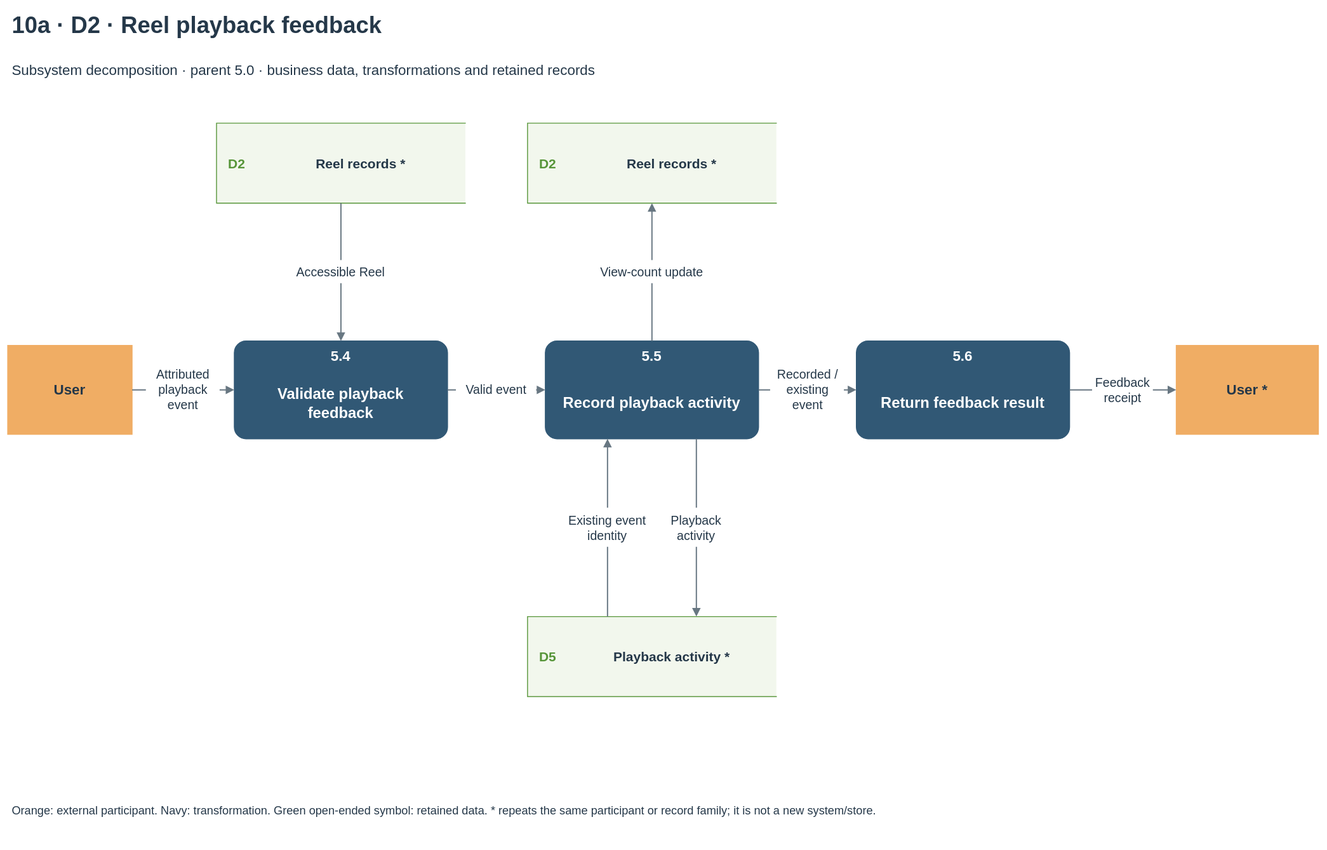
HieuCuteDangYeu/velora-backend keeps this draw.io diagram as docs/diagrams/velora-current/importable-svg/10a-dfd-feedback.drawio.svg. Above is the earlier version. Source tidied: cells renumbered, new cells last; positions are measured from the earlier drawing's top-left corner, leaving out a move shared by most shapes.
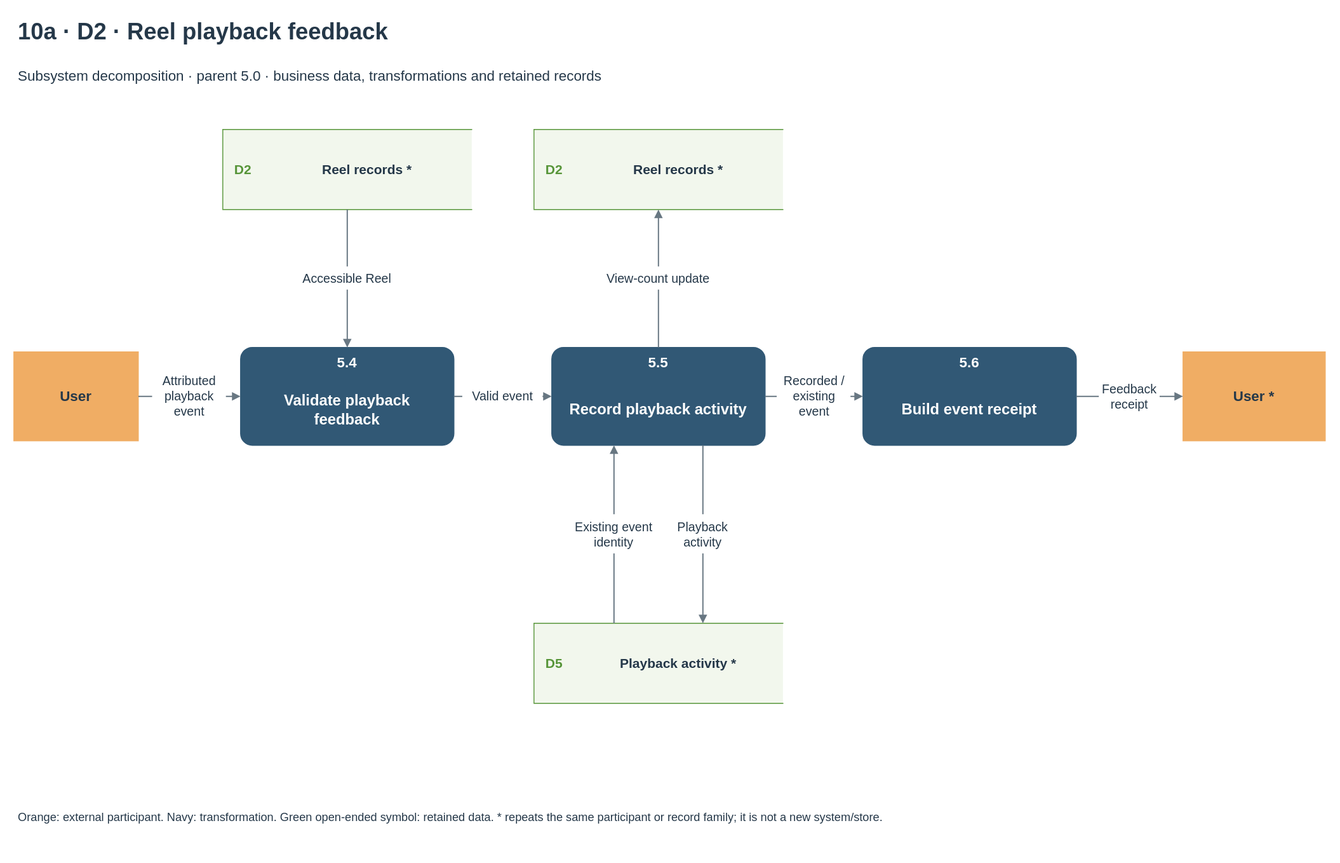
The same file after the commit.

Change to the diagram source:
```diff
@@ -32,7 +32,7 @@
     <mxCell id="11" value="5.6" style="text;html=1;whiteSpace=wrap;fontFamily=Arial;fontSize=16;fontColor=white;fontStyle=1;align=center;verticalAlign=middle;spacing=0;" parent="10" vertex="1">
       <mxGeometry x="5" y="4" width="230" height="25" as="geometry" />
     </mxCell>
-    <mxCell id="12" value="Return feedback result" style="text;html=1;whiteSpace=wrap;fontFamily=Arial;fontSize=17;fontColor=white;fontStyle=1;align=center;verticalAlign=middle;spacing=0;" parent="10" vertex="1">
+    <mxCell id="12" value="Build event receipt" style="text;html=1;whiteSpace=wrap;fontFamily=Arial;fontSize=17;fontColor=white;fontStyle=1;align=center;verticalAlign=middle;spacing=0;" parent="10" vertex="1">
       <mxGeometry x="8" y="36" width="224" height="70" as="geometry" />
     </mxCell>
     <mxCell id="13" style="rounded=0;arcSize=12;fillColor=#f0ad64;strokeColor=#f0ad64;dashed=0;whiteSpace=wrap;" parent="1" vertex="1">
```
